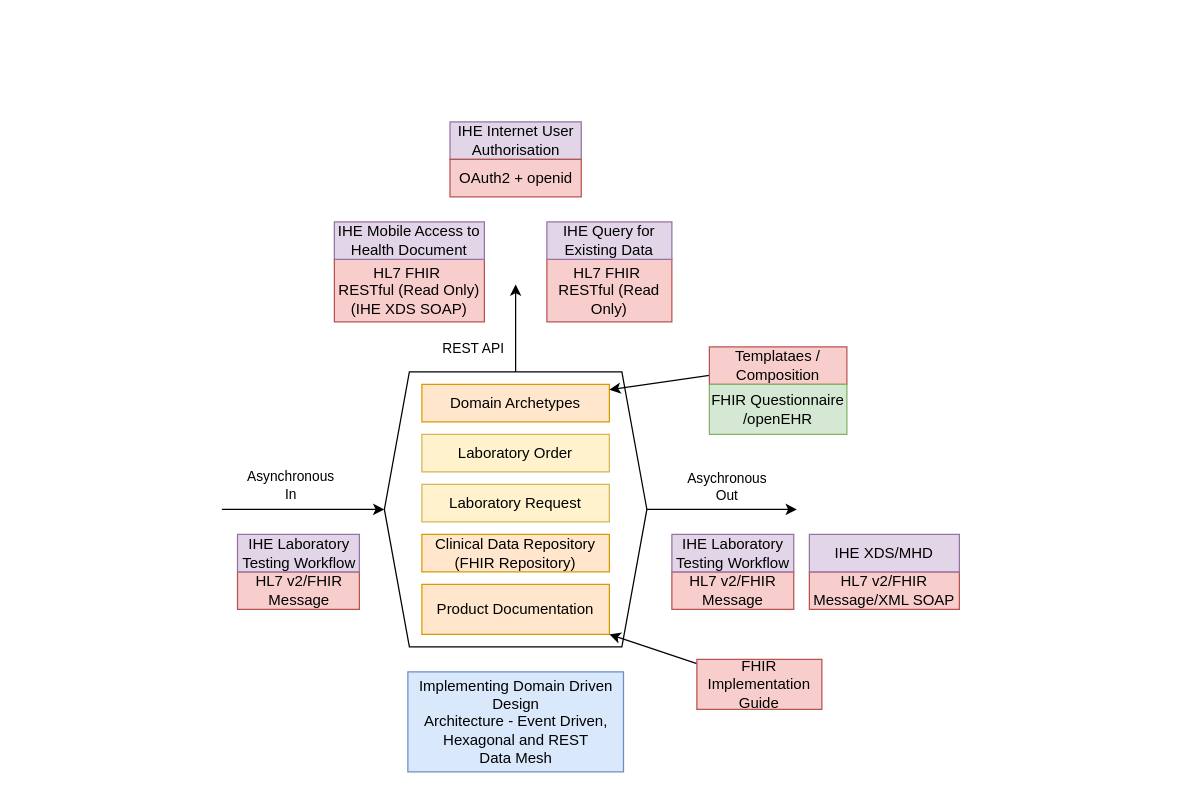
nw-gmsa/nw-gmsa.github.com keeps this draw.io diagram as DrawIo/Data Mesh Heaxagonal.drawio. Above is the earlier version. Source tidied: cells renumbered, new cells numbered last; positions are measured from the earlier drawing's top-left corner, leaving out a move shared by most shapes. Both pictures are drawn from the tidied source at 125%, with x=0, y=0 at pixel (221, 121).
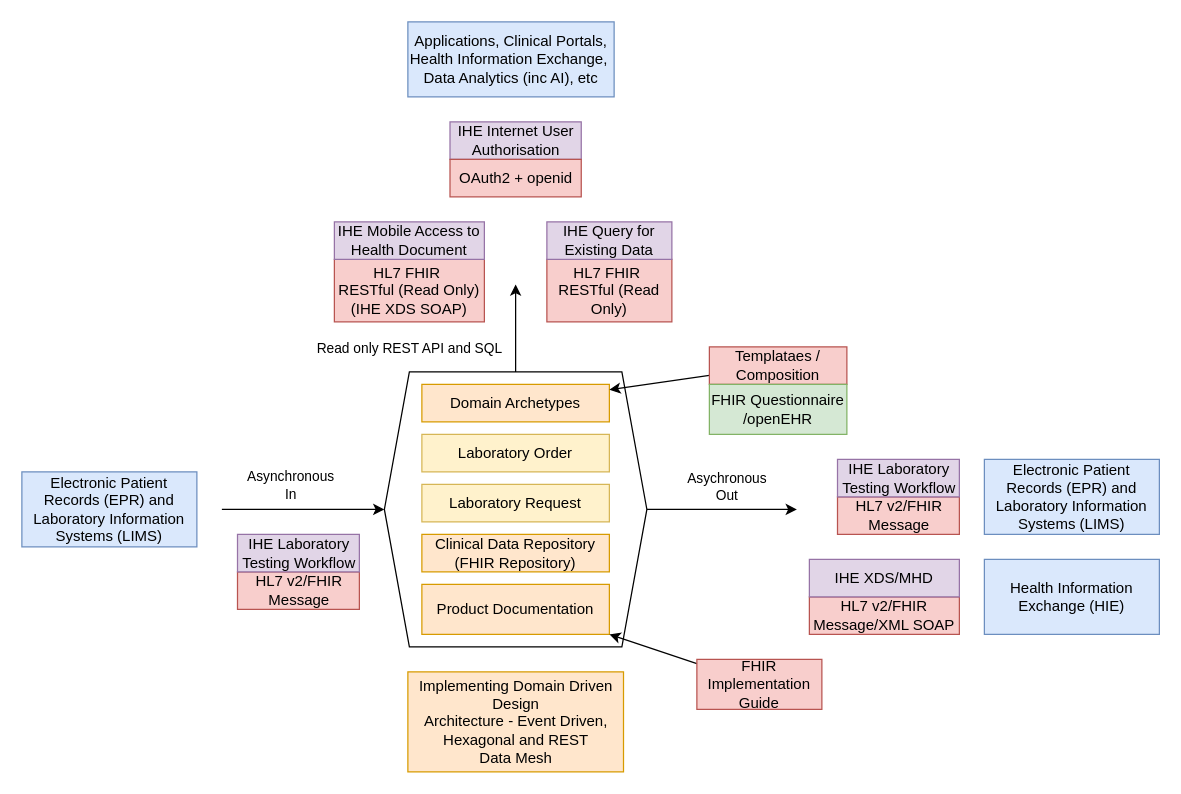
The same page after the edit.

Commit message (it also covers changes not shown here):
Patient Administration Managment

The change refers to these unchanged cells:
```xml
<mxCell id="9" style="endArrow=classic;html=1;rounded=0;exitX=0.5;exitY=0;exitDx=0;exitDy=0;" parent="1" edge="1" source="2">
  <mxGeometry relative="1" as="geometry">
    <mxPoint x="235" y="130" as="targetPoint" />
  </mxGeometry>
</mxCell>
```

What changed in the source:
```diff
@@
-    <mxCell id="8" value="Implementing Domain Driven Design&lt;br&gt;Architecture - Event Driven, Hexagonal&amp;nbsp;&lt;span style=&quot;background-color: transparent; color: light-dark(rgb(0, 0, 0), rgb(255, 255, 255));&quot;&gt;and REST&lt;br&gt;Data Mesh&lt;/span&gt;" style="text;html=1;align=center;verticalAlign=middle;whiteSpace=wrap;rounded=0;fillColor=#dae8fc;strokeColor=#6c8ebf;" parent="1" vertex="1">
+    <mxCell id="8" value="Implementing Domain Driven Design&lt;br&gt;Architecture - Event Driven, Hexagonal&amp;nbsp;&lt;span style=&quot;background-color: transparent; color: light-dark(rgb(0, 0, 0), rgb(255, 255, 255));&quot;&gt;and REST&lt;br&gt;Data Mesh&lt;/span&gt;" style="text;html=1;align=center;verticalAlign=middle;whiteSpace=wrap;rounded=0;fillColor=#ffe6cc;strokeColor=#d79b00;" parent="1" vertex="1">
       <mxGeometry x="148.8" y="440" width="172.5" height="80" as="geometry" />
     </mxCell>
@@
-    <mxCell id="10" value="REST API" style="edgeLabel;html=1;align=center;verticalAlign=middle;" parent="9" vertex="1">
+    <mxCell id="10" value="Read only REST API and SQL" style="edgeLabel;html=1;align=center;verticalAlign=middle;" parent="9" vertex="1">
       <mxGeometry x="-0.09" y="2" relative="1" as="geometry">
-        <mxPoint x="-33" y="12" as="offset" />
+        <mxPoint x="-84" y="12" as="offset" />
       </mxGeometry>
     </mxCell>
@@
     <mxCell id="22" value="HL7 v2/FHIR Message" style="text;html=1;align=center;verticalAlign=middle;whiteSpace=wrap;rounded=0;fillColor=#f8cecc;strokeColor=#b85450;" parent="1" vertex="1">
-      <mxGeometry x="360" y="360" width="97.5" height="30" as="geometry" />
+      <mxGeometry x="492.5" y="300" width="97.5" height="30" as="geometry" />
     </mxCell>
     <mxCell id="23" value="IHE Laboratory Testing Workflow" style="text;html=1;align=center;verticalAlign=middle;whiteSpace=wrap;rounded=0;fillColor=#e1d5e7;strokeColor=#9673a6;" parent="1" vertex="1">
-      <mxGeometry x="360" y="330" width="97.5" height="30" as="geometry" />
+      <mxGeometry x="492.5" y="270" width="97.5" height="30" as="geometry" />
     </mxCell>
@@
     <mxCell id="30" value="HL7 v2/FHIR Message/XML SOAP" style="text;html=1;align=center;verticalAlign=middle;whiteSpace=wrap;rounded=0;fillColor=#f8cecc;strokeColor=#b85450;" parent="1" vertex="1">
-      <mxGeometry x="470" y="360" width="120" height="30" as="geometry" />
+      <mxGeometry x="470" y="380" width="120" height="30" as="geometry" />
     </mxCell>
     <mxCell id="31" value="IHE XDS/MHD" style="text;html=1;align=center;verticalAlign=middle;whiteSpace=wrap;rounded=0;fillColor=#e1d5e7;strokeColor=#9673a6;" parent="1" vertex="1">
-      <mxGeometry x="470" y="330" width="120" height="30" as="geometry" />
+      <mxGeometry x="470" y="350" width="120" height="30" as="geometry" />
     </mxCell>
+    <mxCell id="32" value="Applications, Clinical Portals, Health Information Exchange,&amp;nbsp; Data Analytics (inc AI), etc" style="text;html=1;align=center;verticalAlign=middle;whiteSpace=wrap;rounded=0;fillColor=#dae8fc;strokeColor=#6c8ebf;" parent="1" vertex="1">
+      <mxGeometry x="148.8" y="-80" width="165" height="60" as="geometry" />
+    </mxCell>
+    <mxCell id="33" value="Electronic Patient Records (EPR) and Laboratory Information Systems (LIMS)" style="text;html=1;align=center;verticalAlign=middle;whiteSpace=wrap;rounded=0;fillColor=#dae8fc;strokeColor=#6c8ebf;" parent="1" vertex="1">
+      <mxGeometry x="-160" y="280" width="140" height="60" as="geometry" />
+    </mxCell>
+    <mxCell id="34" value="Electronic Patient Records (EPR) and Laboratory Information Systems (LIMS)" style="text;html=1;align=center;verticalAlign=middle;whiteSpace=wrap;rounded=0;fillColor=#dae8fc;strokeColor=#6c8ebf;" parent="1" vertex="1">
+      <mxGeometry x="610" y="270" width="140" height="60" as="geometry" />
+    </mxCell>
+    <mxCell id="35" value="Health Information Exchange (HIE)" style="text;html=1;align=center;verticalAlign=middle;whiteSpace=wrap;rounded=0;fillColor=#dae8fc;strokeColor=#6c8ebf;" parent="1" vertex="1">
+      <mxGeometry x="610" y="350" width="140" height="60" as="geometry" />
+    </mxCell>
```
